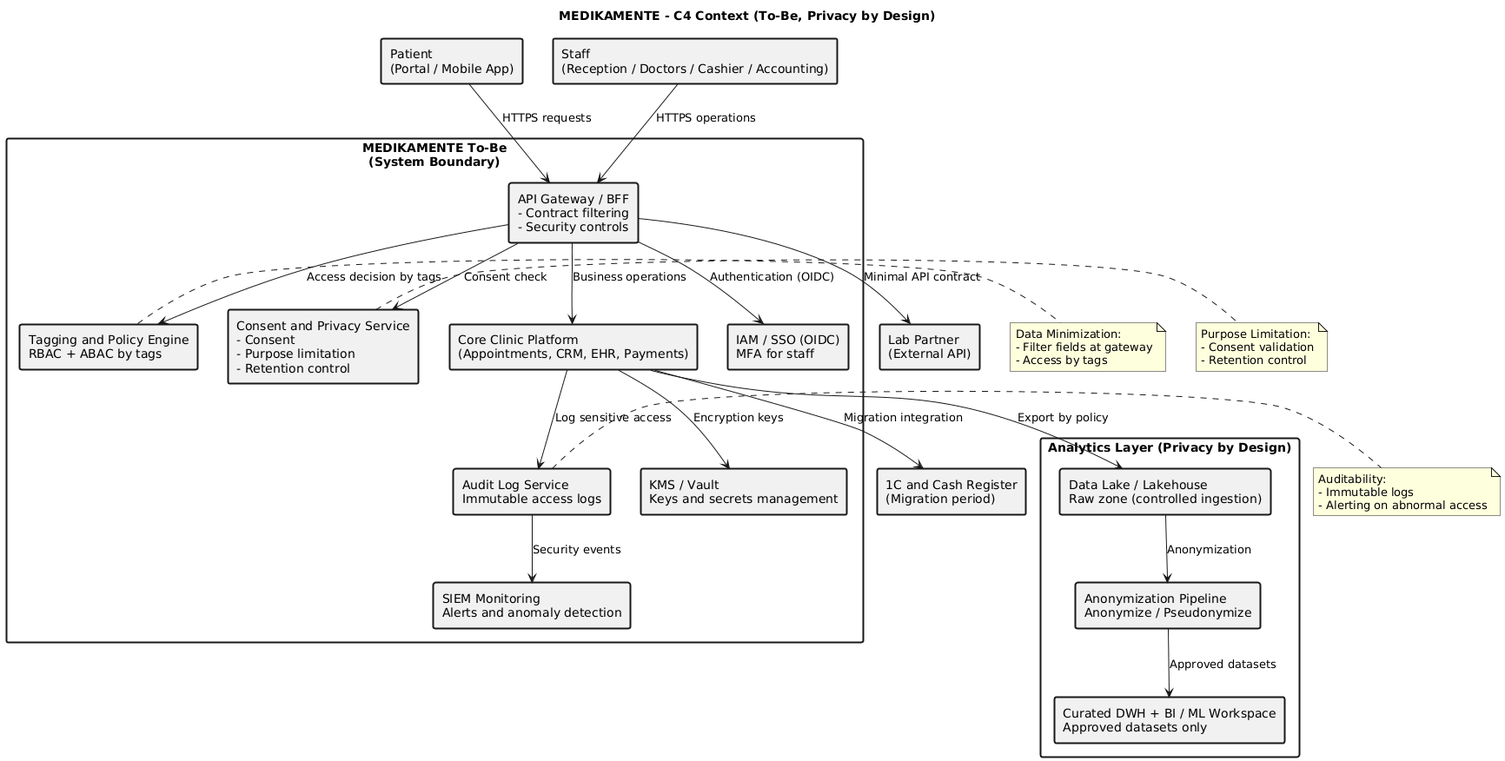
This is task2/C4 to be.png from vasiliy1305/architecture-medikamente, a PlantUML export, as it was before one commit.
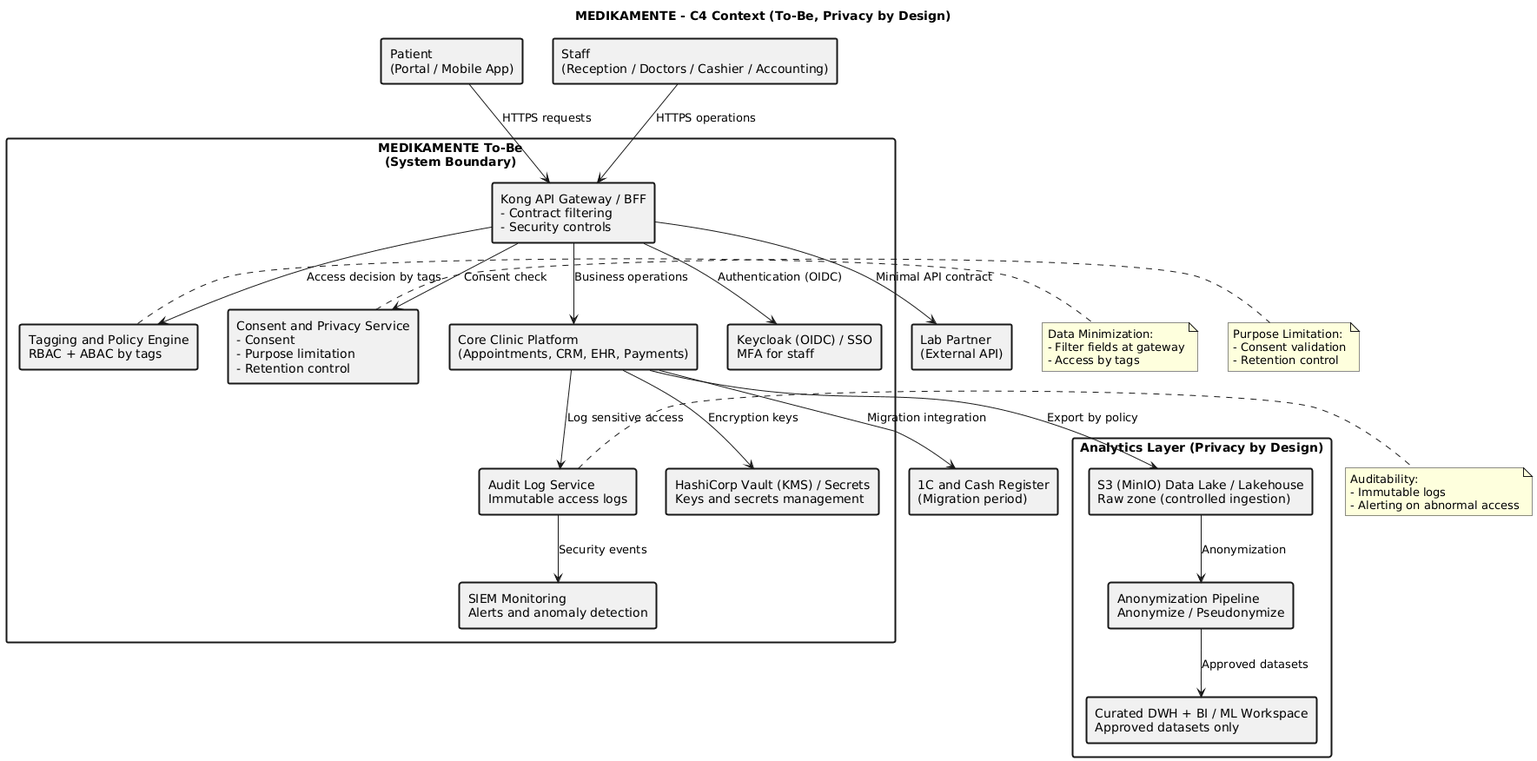
Later version of the same file.

Commit message:
review task 2

Diff of the diagram source:
```diff
@@ -13,11 +13,11 @@
 
 package "MEDIKAMENTE To-Be\n(System Boundary)" {
 
-  rectangle "API Gateway / BFF\n- Contract filtering\n- Security controls" as GW
+  rectangle "Kong API Gateway / BFF\n- Contract filtering\n- Security controls" as GW
 
   rectangle "Core Clinic Platform\n(Appointments, CRM, EHR, Payments)" as Core
 
-  rectangle "IAM / SSO (OIDC)\nMFA for staff" as IAM
+  rectangle "Keycloak (OIDC) / SSO\nMFA for staff" as IAM
 
   rectangle "Consent and Privacy Service\n- Consent\n- Purpose limitation\n- Retention control" as Consent
 
@@ -25,14 +25,14 @@
 
   rectangle "Audit Log Service\nImmutable access logs" as Audit
 
-  rectangle "KMS / Vault\nKeys and secrets management" as KMS
+  rectangle "HashiCorp Vault (KMS) / Secrets\nKeys and secrets management" as KMS
 
   rectangle "SIEM Monitoring\nAlerts and anomaly detection" as SIEM
 }
 
 package "Analytics Layer (Privacy by Design)" {
 
-  rectangle "Data Lake / Lakehouse\nRaw zone (controlled ingestion)" as Lake
+  rectangle "S3 (MinIO) Data Lake / Lakehouse\nRaw zone (controlled ingestion)" as Lake
 
   rectangle "Anonymization Pipeline\nAnonymize / Pseudonymize" as Anon
 
```
